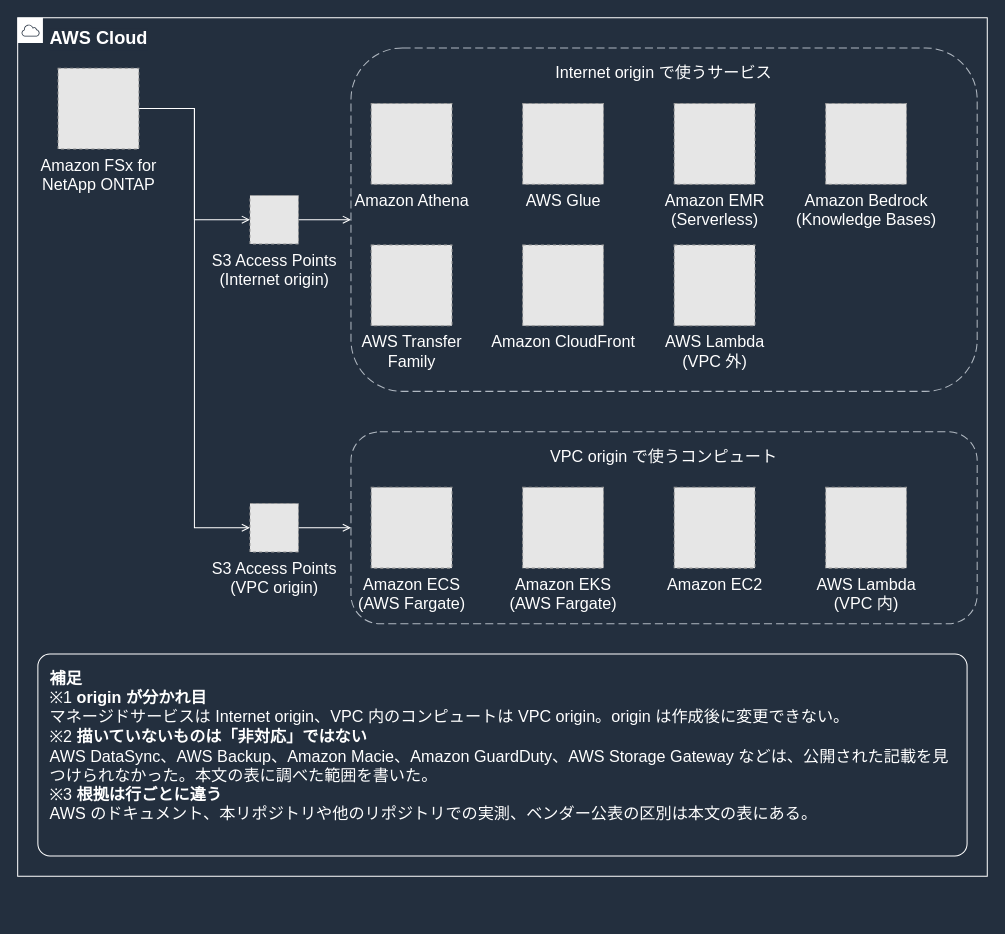
This is docs/_assets/diagrams/s3ap-consumer-map-dark.drawio from Yoshiki0705/FSx-for-ONTAP-Container-Datastore-Patterns, a draw.io file, before an edit. Source tidied: cells renumbered, new cells numbered last; positions are measured from the earlier drawing's top-left corner, leaving out a move shared by most shapes. Both pictures are drawn from the tidied source at 101%, with x=0, y=0 at pixel (17, 17). Pictures stored in the file or linked from it are replaced by grey dashed boxes.
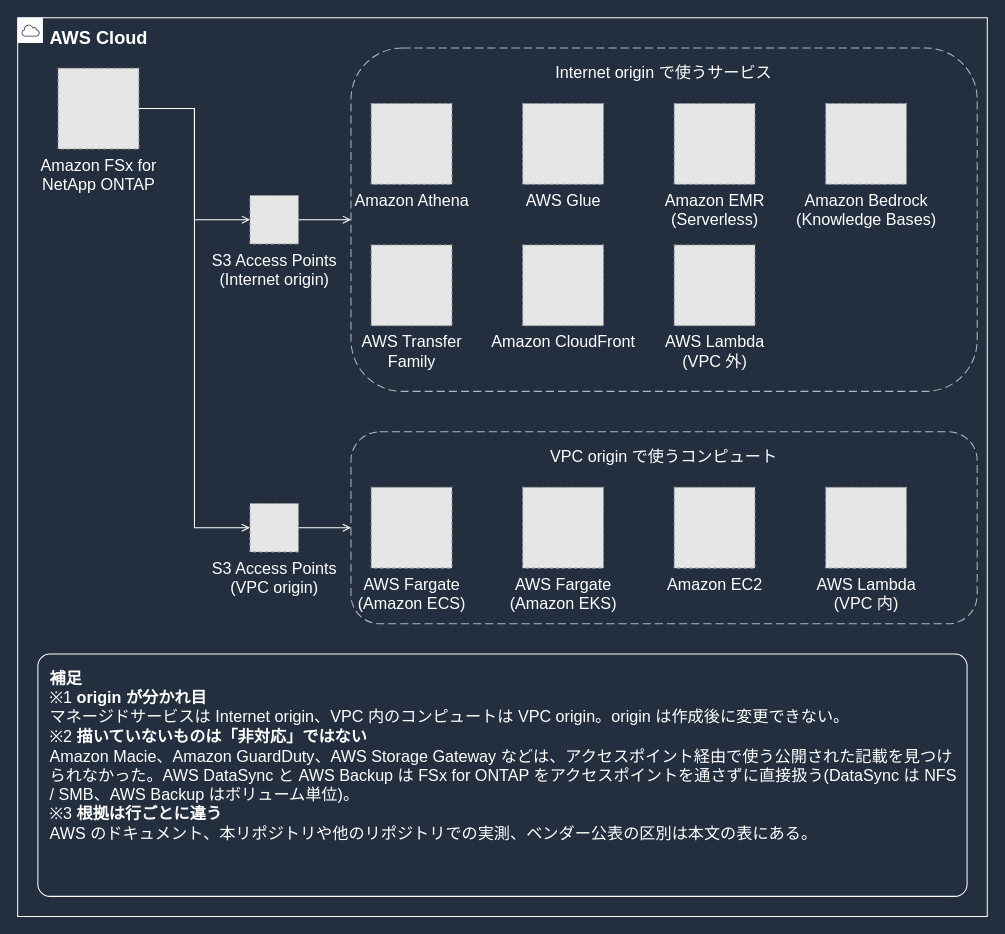
After the change.

Change to the diagram source:
```diff
@@
     <mxCell id="6" value="AWS Cloud" style="gradientColor=none;html=1;whiteSpace=wrap;fontSize=18;fontStyle=1;fontColor=#FFFFFF;shape=mxgraph.aws4.group;grIcon=mxgraph.aws4.group_aws_cloud;strokeColor=#FFFFFF;fillColor=none;verticalAlign=top;align=left;spacingLeft=30;spacingTop=4;dashed=0;labelBackgroundColor=#232F3E;" parent="1" vertex="1">
-      <mxGeometry width="960" height="850" as="geometry" />
+      <mxGeometry width="960" height="890" as="geometry" />
     </mxCell>
@@
-    <mxCell id="9" value="&lt;b&gt;補足&lt;/b&gt;&lt;br&gt;※1 &lt;b&gt;origin が分かれ目&lt;/b&gt;&lt;br&gt;マネージドサービスは Internet origin、VPC 内のコンピュートは VPC origin。origin は作成後に変更できない。&lt;br&gt;※2 &lt;b&gt;描いていないものは「非対応」ではない&lt;/b&gt;&lt;br&gt;AWS DataSync、AWS Backup、Amazon Macie、Amazon GuardDuty、AWS Storage Gateway などは、公開された記載を見つけられなかった。本文の表に調べた範囲を書いた。&lt;br&gt;※3 &lt;b&gt;根拠は行ごとに違う&lt;/b&gt;&lt;br&gt;AWS のドキュメント、本リポジトリや他のリポジトリでの実測、ベンダー公表の区別は本文の表にある。" style="rounded=1;absoluteArcSize=1;arcSize=24;whiteSpace=wrap;html=1;strokeColor=#FFFFFF;fillColor=none;fontColor=#FFFFFF;fontSize=16;verticalAlign=top;align=left;spacingLeft=10;spacingRight=10;spacingTop=8;" parent="1" vertex="1">
-      <mxGeometry x="20" y="630" width="920" height="200" as="geometry" />
+    <mxCell id="9" value="&lt;b&gt;補足&lt;/b&gt;&lt;br&gt;※1 &lt;b&gt;origin が分かれ目&lt;/b&gt;&lt;br&gt;マネージドサービスは Internet origin、VPC 内のコンピュートは VPC origin。origin は作成後に変更できない。&lt;br&gt;※2 &lt;b&gt;描いていないものは「非対応」ではない&lt;/b&gt;&lt;br&gt;Amazon Macie、Amazon GuardDuty、AWS Storage Gateway などは、アクセスポイント経由で使う公開された記載を見つけられなかった。AWS DataSync と AWS Backup は FSx for ONTAP をアクセスポイントを通さずに直接扱う(DataSync は NFS / SMB、AWS Backup はボリューム単位)。&lt;br&gt;※3 &lt;b&gt;根拠は行ごとに違う&lt;/b&gt;&lt;br&gt;AWS のドキュメント、本リポジトリや他のリポジトリでの実測、ベンダー公表の区別は本文の表にある。" style="rounded=1;absoluteArcSize=1;arcSize=24;whiteSpace=wrap;html=1;strokeColor=#FFFFFF;fillColor=none;fontColor=#FFFFFF;fontSize=16;verticalAlign=top;align=left;spacingLeft=10;spacingRight=10;spacingTop=8;" parent="1" vertex="1">
+      <mxGeometry x="20" y="630" width="920" height="240" as="geometry" />
     </mxCell>
@@
-    <mxCell id="20" value="Amazon ECS&lt;br&gt;(AWS Fargate)" style="fillColor=#E6E6E6;strokeColor=#999999;dashed=1;html=1;verticalLabelPosition=bottom;verticalAlign=top;labelPosition=center;align=center;fontSize=16;fontColor=#FFFFFF;" parent="1" vertex="1">
+    <mxCell id="20" value="AWS Fargate&lt;br&gt;(Amazon ECS)" style="fillColor=#E6E6E6;strokeColor=#999999;dashed=1;html=1;verticalLabelPosition=bottom;verticalAlign=top;labelPosition=center;align=center;fontSize=16;fontColor=#FFFFFF;" parent="1" vertex="1">
       <mxGeometry x="350" y="465" width="80" height="80" as="geometry" />
     </mxCell>
-    <mxCell id="21" value="Amazon EKS&lt;br&gt;(AWS Fargate)" style="fillColor=#E6E6E6;strokeColor=#999999;dashed=1;html=1;verticalLabelPosition=bottom;verticalAlign=top;labelPosition=center;align=center;fontSize=16;fontColor=#FFFFFF;" parent="1" vertex="1">
+    <mxCell id="21" value="AWS Fargate&lt;br&gt;(Amazon EKS)" style="fillColor=#E6E6E6;strokeColor=#999999;dashed=1;html=1;verticalLabelPosition=bottom;verticalAlign=top;labelPosition=center;align=center;fontSize=16;fontColor=#FFFFFF;" parent="1" vertex="1">
       <mxGeometry x="500" y="465" width="80" height="80" as="geometry" />
     </mxCell>
```
